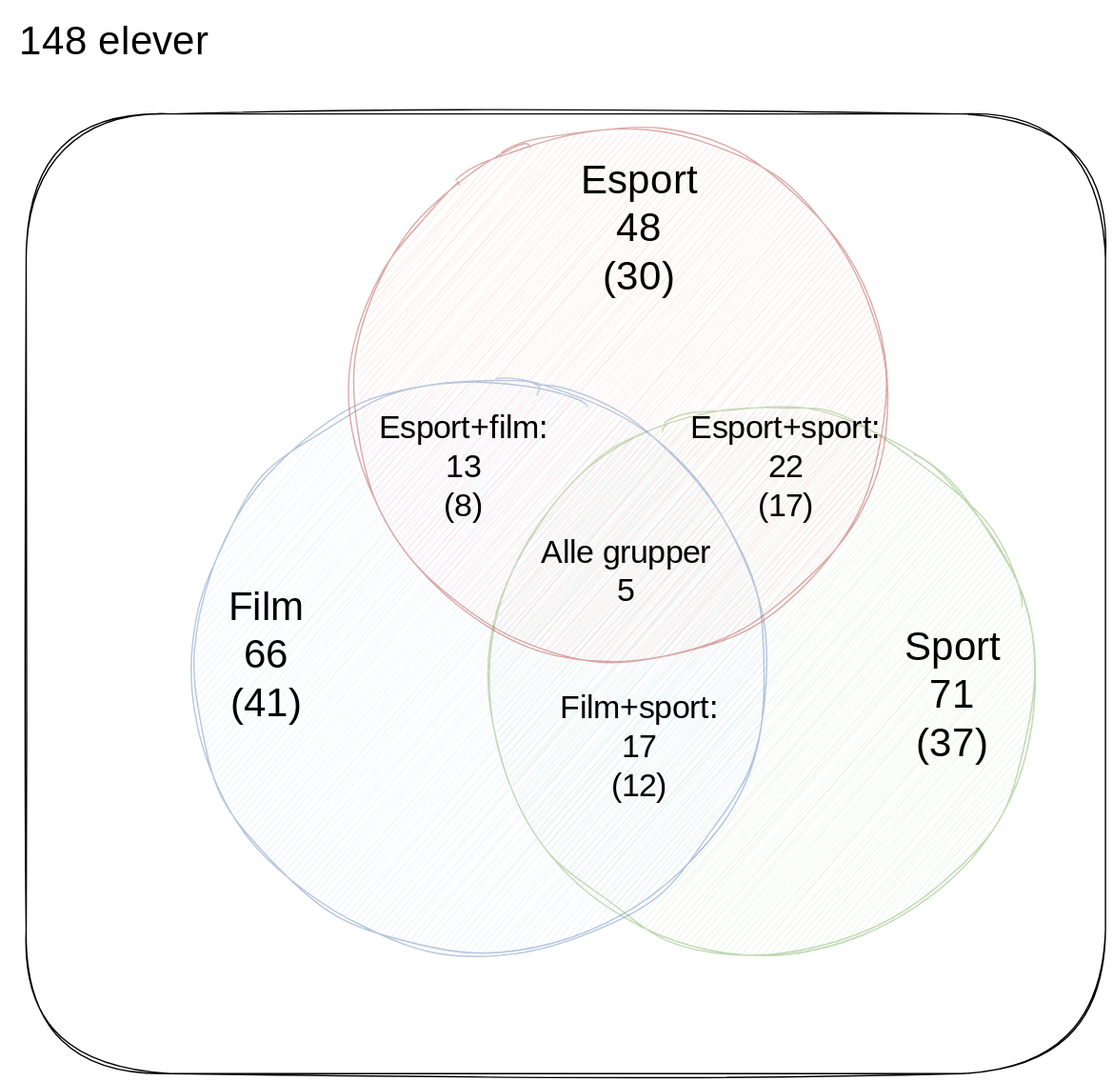
Before: img/sannsyn/komsan2.drawio.svg, a diagram exported from draw.io (Andremartiny/MA-173). Source tidied: cells renumbered, new cells last; positions are measured from the earlier drawing's top-left corner, leaving out a move shared by most shapes. Source of this version:
```xml
<mxGraphModel>
  <root>
    <mxCell id="0" />
    <mxCell id="1" parent="0" />
    <mxCell id="2" style="rounded=1;whiteSpace=wrap;html=1;sketch=1;hachureGap=4;jiggle=2;curveFitting=1;fontFamily=Architects Daughter;fontSource=https%3A%2F%2Ffonts.googleapis.com%2Fcss%3Ffamily%3DArchitects%2BDaughter;" parent="1" vertex="1">
      <mxGeometry x="14" y="80" width="810" height="720" as="geometry" />
    </mxCell>
    <mxCell id="3" style="ellipse;whiteSpace=wrap;html=1;sketch=1;hachureGap=4;jiggle=2;curveFitting=1;fontFamily=Architects Daughter;fontSource=https%3A%2F%2Ffonts.googleapis.com%2Fcss%3Ffamily%3DArchitects%2BDaughter;opacity=50;fillColor=#d5e8d4;strokeColor=#82b366;" parent="1" vertex="1">
      <mxGeometry x="361.5" y="300" width="410" height="410" as="geometry" />
    </mxCell>
    <mxCell id="4" style="ellipse;whiteSpace=wrap;html=1;sketch=1;hachureGap=4;jiggle=2;curveFitting=1;fontFamily=Architects Daughter;fontSource=https%3A%2F%2Ffonts.googleapis.com%2Fcss%3Ffamily%3DArchitects%2BDaughter;fillColor=#dae8fc;strokeColor=#6c8ebf;opacity=50;align=left;" parent="1" vertex="1">
      <mxGeometry x="139.8" y="280" width="430" height="430" as="geometry" />
    </mxCell>
    <mxCell id="5" value="&lt;p style=&quot;line-height: 20%;&quot;&gt;&lt;br&gt;&lt;/p&gt;" style="ellipse;whiteSpace=wrap;html=1;sketch=1;hachureGap=4;jiggle=2;curveFitting=1;fontFamily=Architects Daughter;fontSource=https%3A%2F%2Ffonts.googleapis.com%2Fcss%3Ffamily%3DArchitects%2BDaughter;opacity=50;fillColor=#f8cecc;strokeColor=#b85450;" parent="1" vertex="1">
      <mxGeometry x="259" y="90" width="400" height="400" as="geometry" />
    </mxCell>
    <mxCell id="6" value="&lt;font style=&quot;font-size: 30px;&quot;&gt;Film&lt;/font&gt;&lt;div style=&quot;font-size: 30px;&quot;&gt;&lt;font style=&quot;font-size: 30px;&quot;&gt;66&lt;/font&gt;&lt;/div&gt;&lt;div style=&quot;font-size: 30px;&quot;&gt;&lt;font style=&quot;font-size: 30px;&quot;&gt;(41)&lt;/font&gt;&lt;/div&gt;" style="text;html=1;align=center;verticalAlign=middle;strokeColor=none;fillColor=none;fontFamily=Architects Daughter;fontSource=https%3A%2F%2Ffonts.googleapis.com%2Fcss%3Ffamily%3DArchitects%2BDaughter;" parent="1" vertex="1">
      <mxGeometry x="154" y="425" width="80" height="120" as="geometry" />
    </mxCell>
    <mxCell id="7" value="&lt;span style=&quot;font-size: 30px;&quot;&gt;Esport&lt;/span&gt;&lt;br&gt;&lt;div style=&quot;font-size: 30px;&quot;&gt;48&lt;/div&gt;&lt;div style=&quot;font-size: 30px;&quot;&gt;(30)&lt;/div&gt;" style="text;html=1;align=center;verticalAlign=middle;strokeColor=none;fillColor=none;fontFamily=Architects Daughter;fontSource=https%3A%2F%2Ffonts.googleapis.com%2Fcss%3Ffamily%3DArchitects%2BDaughter;" parent="1" vertex="1">
      <mxGeometry x="414" y="105" width="120" height="120" as="geometry" />
    </mxCell>
    <mxCell id="8" value="&lt;span style=&quot;font-size: 30px;&quot;&gt;Sport&lt;/span&gt;&lt;br&gt;&lt;div style=&quot;font-size: 30px;&quot;&gt;71&lt;/div&gt;&lt;div style=&quot;font-size: 30px;&quot;&gt;(37)&lt;/div&gt;" style="text;html=1;align=center;verticalAlign=middle;strokeColor=none;fillColor=none;fontFamily=Architects Daughter;fontSource=https%3A%2F%2Ffonts.googleapis.com%2Fcss%3Ffamily%3DArchitects%2BDaughter;" parent="1" vertex="1">
      <mxGeometry x="654" y="455" width="110" height="120" as="geometry" />
    </mxCell>
    <mxCell id="9" value="&lt;font style=&quot;font-size: 24px;&quot;&gt;Esport+film:&lt;/font&gt;&lt;div style=&quot;font-size: 24px;&quot;&gt;&lt;font style=&quot;font-size: 24px;&quot;&gt;13&lt;/font&gt;&lt;/div&gt;&lt;div style=&quot;font-size: 24px;&quot;&gt;&lt;font style=&quot;font-size: 24px;&quot;&gt;(8)&lt;/font&gt;&lt;/div&gt;" style="text;html=1;align=center;verticalAlign=middle;strokeColor=none;fillColor=none;fontFamily=Architects Daughter;fontSource=https%3A%2F%2Ffonts.googleapis.com%2Fcss%3Ffamily%3DArchitects%2BDaughter;" parent="1" vertex="1">
      <mxGeometry x="261.5" y="295" width="160" height="100" as="geometry" />
    </mxCell>
    <mxCell id="10" value="&lt;font style=&quot;font-size: 24px;&quot;&gt;Esport+sport:&lt;/font&gt;&lt;div style=&quot;font-size: 24px;&quot;&gt;&lt;font style=&quot;font-size: 24px;&quot;&gt;22&lt;/font&gt;&lt;/div&gt;&lt;div style=&quot;font-size: 24px;&quot;&gt;&lt;font style=&quot;font-size: 24px;&quot;&gt;(17)&lt;/font&gt;&lt;/div&gt;" style="text;html=1;align=center;verticalAlign=middle;strokeColor=none;fillColor=none;fontFamily=Architects Daughter;fontSource=https%3A%2F%2Ffonts.googleapis.com%2Fcss%3Ffamily%3DArchitects%2BDaughter;" parent="1" vertex="1">
      <mxGeometry x="494" y="295" width="180" height="100" as="geometry" />
    </mxCell>
    <mxCell id="11" value="&lt;font style=&quot;font-size: 24px;&quot;&gt;Film+sport:&lt;/font&gt;&lt;div style=&quot;font-size: 24px;&quot;&gt;17&lt;/div&gt;&lt;div style=&quot;font-size: 24px;&quot;&gt;(12)&lt;/div&gt;" style="text;html=1;align=center;verticalAlign=middle;strokeColor=none;fillColor=none;fontFamily=Architects Daughter;fontSource=https%3A%2F%2Ffonts.googleapis.com%2Fcss%3Ffamily%3DArchitects%2BDaughter;" parent="1" vertex="1">
      <mxGeometry x="404" y="505" width="140" height="100" as="geometry" />
    </mxCell>
    <mxCell id="12" value="&lt;span style=&quot;font-size: 24px;&quot;&gt;Alle grupper&lt;/span&gt;&lt;div&gt;&lt;span style=&quot;font-size: 24px;&quot;&gt;5&lt;/span&gt;&lt;/div&gt;" style="text;html=1;align=center;verticalAlign=middle;strokeColor=none;fillColor=none;fontFamily=Architects Daughter;fontSource=https%3A%2F%2Ffonts.googleapis.com%2Fcss%3Ffamily%3DArchitects%2BDaughter;" parent="1" vertex="1">
      <mxGeometry x="384" y="388" width="160" height="70" as="geometry" />
    </mxCell>
    <mxCell id="13" value="&lt;span style=&quot;font-size: 30px;&quot;&gt;148 elever&lt;/span&gt;" style="text;html=1;align=center;verticalAlign=middle;strokeColor=none;fillColor=none;fontFamily=Architects Daughter;fontSource=https%3A%2F%2Ffonts.googleapis.com%2Fcss%3Ffamily%3DArchitects%2BDaughter;" parent="1" vertex="1">
      <mxGeometry x="-0.2" width="160" height="50" as="geometry" />
    </mxCell>
  </root>
</mxGraphModel>
```
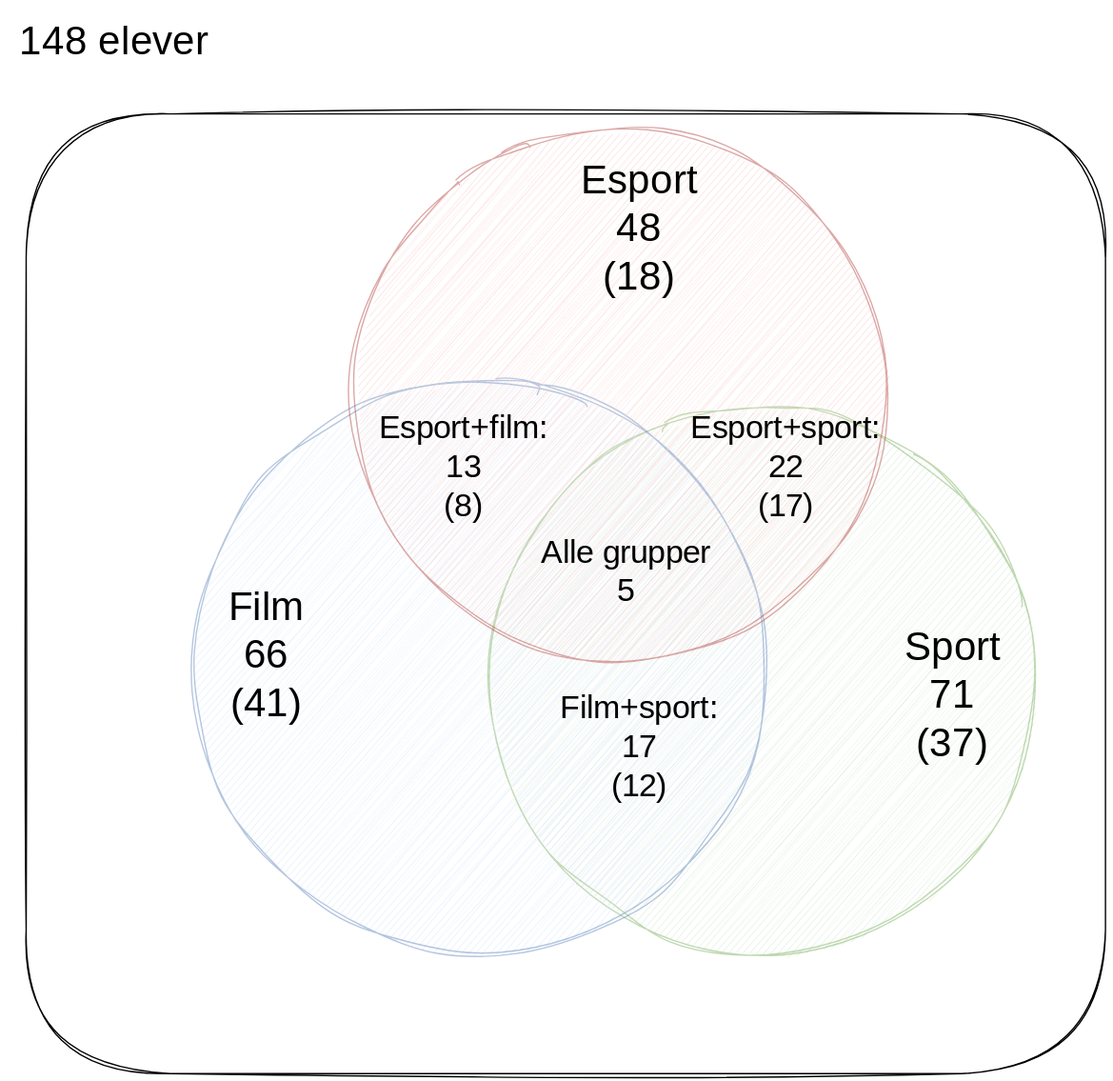
Above is the later version.

Diff of the diagram source:
```diff
@@ -17,7 +17,7 @@
     <mxCell id="6" value="&lt;font style=&quot;font-size: 30px;&quot;&gt;Film&lt;/font&gt;&lt;div style=&quot;font-size: 30px;&quot;&gt;&lt;font style=&quot;font-size: 30px;&quot;&gt;66&lt;/font&gt;&lt;/div&gt;&lt;div style=&quot;font-size: 30px;&quot;&gt;&lt;font style=&quot;font-size: 30px;&quot;&gt;(41)&lt;/font&gt;&lt;/div&gt;" style="text;html=1;align=center;verticalAlign=middle;strokeColor=none;fillColor=none;fontFamily=Architects Daughter;fontSource=https%3A%2F%2Ffonts.googleapis.com%2Fcss%3Ffamily%3DArchitects%2BDaughter;" parent="1" vertex="1">
       <mxGeometry x="154" y="425" width="80" height="120" as="geometry" />
     </mxCell>
-    <mxCell id="7" value="&lt;span style=&quot;font-size: 30px;&quot;&gt;Esport&lt;/span&gt;&lt;br&gt;&lt;div style=&quot;font-size: 30px;&quot;&gt;48&lt;/div&gt;&lt;div style=&quot;font-size: 30px;&quot;&gt;(30)&lt;/div&gt;" style="text;html=1;align=center;verticalAlign=middle;strokeColor=none;fillColor=none;fontFamily=Architects Daughter;fontSource=https%3A%2F%2Ffonts.googleapis.com%2Fcss%3Ffamily%3DArchitects%2BDaughter;" parent="1" vertex="1">
+    <mxCell id="7" value="&lt;span style=&quot;font-size: 30px;&quot;&gt;Esport&lt;/span&gt;&lt;br&gt;&lt;div style=&quot;font-size: 30px;&quot;&gt;48&lt;/div&gt;&lt;div style=&quot;font-size: 30px;&quot;&gt;(18)&lt;/div&gt;" style="text;html=1;align=center;verticalAlign=middle;strokeColor=none;fillColor=none;fontFamily=Architects Daughter;fontSource=https%3A%2F%2Ffonts.googleapis.com%2Fcss%3Ffamily%3DArchitects%2BDaughter;" parent="1" vertex="1">
       <mxGeometry x="414" y="105" width="120" height="120" as="geometry" />
     </mxCell>
     <mxCell id="8" value="&lt;span style=&quot;font-size: 30px;&quot;&gt;Sport&lt;/span&gt;&lt;br&gt;&lt;div style=&quot;font-size: 30px;&quot;&gt;71&lt;/div&gt;&lt;div style=&quot;font-size: 30px;&quot;&gt;(37)&lt;/div&gt;" style="text;html=1;align=center;verticalAlign=middle;strokeColor=none;fillColor=none;fontFamily=Architects Daughter;fontSource=https%3A%2F%2Ffonts.googleapis.com%2Fcss%3Ffamily%3DArchitects%2BDaughter;" parent="1" vertex="1">
```
